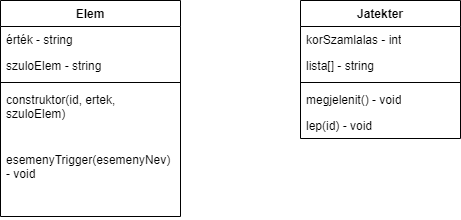
Earlier version of the draw.io export UML.png (richterbalazs/Tic_Tac_Toe_OOP). Source tidied: cells renumbered, new cells last; positions are measured from the earlier drawing's top-left corner, leaving out a move shared by most shapes. The source it was exported from:
```xml
<mxGraphModel>
  <root>
    <mxCell id="0" />
    <mxCell id="1" parent="0" />
    <mxCell id="2" value="Elem" style="swimlane;fontStyle=1;align=center;verticalAlign=top;horizontal=1;startSize=26;whiteSpace=wrap;html=1;" parent="1" vertex="1">
      <mxGeometry width="180" height="216" as="geometry" />
    </mxCell>
    <mxCell id="3" value="érték - string" style="text;strokeColor=none;fillColor=none;align=left;verticalAlign=top;spacingLeft=4;spacingRight=4;overflow=hidden;whiteSpace=wrap;html=1;" parent="2" vertex="1">
      <mxGeometry y="26" width="180" height="26" as="geometry" />
    </mxCell>
    <mxCell id="4" value="szuloElem - string" style="text;strokeColor=none;fillColor=none;align=left;verticalAlign=top;spacingLeft=4;spacingRight=4;overflow=hidden;whiteSpace=wrap;html=1;" parent="2" vertex="1">
      <mxGeometry y="52" width="180" height="26" as="geometry" />
    </mxCell>
    <mxCell id="5" style="line;strokeWidth=1;fillColor=none;align=left;verticalAlign=middle;spacingTop=-1;spacingLeft=3;spacingRight=3;labelPosition=right;strokeColor=inherit;" parent="2" vertex="1">
      <mxGeometry y="78" width="180" height="8" as="geometry" />
    </mxCell>
    <mxCell id="6" value="construktor(id, ertek, szuloElem)" style="text;strokeColor=none;fillColor=none;align=left;verticalAlign=top;spacingLeft=4;spacingRight=4;overflow=hidden;whiteSpace=wrap;html=1;" parent="2" vertex="1">
      <mxGeometry y="86" width="180" height="60" as="geometry" />
    </mxCell>
    <mxCell id="7" value="esemenyTrigger(esemenyNev) - void" style="text;strokeColor=none;fillColor=none;align=left;verticalAlign=top;spacingLeft=4;spacingRight=4;overflow=hidden;whiteSpace=wrap;html=1;" parent="2" vertex="1">
      <mxGeometry y="146" width="180" height="70" as="geometry" />
    </mxCell>
    <mxCell id="8" value="Jatekter" style="swimlane;fontStyle=1;align=center;verticalAlign=top;horizontal=1;startSize=26;whiteSpace=wrap;html=1;" parent="1" vertex="1">
      <mxGeometry x="300" width="160" height="138" as="geometry" />
    </mxCell>
    <mxCell id="9" value="korSzamlalas - int" style="text;strokeColor=none;fillColor=none;align=left;verticalAlign=top;spacingLeft=4;spacingRight=4;overflow=hidden;whiteSpace=wrap;html=1;" parent="8" vertex="1">
      <mxGeometry y="26" width="160" height="26" as="geometry" />
    </mxCell>
    <mxCell id="10" value="lista[] - string" style="text;strokeColor=none;fillColor=none;align=left;verticalAlign=top;spacingLeft=4;spacingRight=4;overflow=hidden;whiteSpace=wrap;html=1;" parent="8" vertex="1">
      <mxGeometry y="52" width="160" height="26" as="geometry" />
    </mxCell>
    <mxCell id="11" style="line;strokeWidth=1;fillColor=none;align=left;verticalAlign=middle;spacingTop=-1;spacingLeft=3;spacingRight=3;labelPosition=right;strokeColor=inherit;" parent="8" vertex="1">
      <mxGeometry y="78" width="160" height="8" as="geometry" />
    </mxCell>
    <mxCell id="12" value="megjelenit() - void&lt;div&gt;&lt;span style=&quot;color: rgba(0, 0, 0, 0); font-family: monospace; font-size: 0px; text-wrap: nowrap;&quot;&gt;%3CmxGraphModel%3E%3Croot%3E%3CmxCell%20id%3D%220%22%2F%3E%3CmxCell%20id%3D%221%22%20parent%3D%220%22%2F%3E%3CmxCell%20id%3D%222%22%20value%3D%22%2B%20field%3A%20type%22%20style%3D%22text%3BstrokeColor%3Dnone%3BfillColor%3Dnone%3Balign%3Dleft%3BverticalAlign%3Dtop%3BspacingLeft%3D4%3BspacingRight%3D4%3Boverflow%3Dhidden%3Brotatable%3D0%3Bpoints%3D%5B%5B0%2C0.5%5D%2C%5B1%2C0.5%5D%5D%3BportConstraint%3Deastwest%3BwhiteSpace%3Dwrap%3Bhtml%3D1%3B%22%20vertex%3D%221%22%20parent%3D%221%22%3E%3CmxGeometry%20x%3D%22150%22%20y%3D%2276%22%20width%3D%22160%22%20height%3D%2226%22%20as%3D%22geometry%22%2F%3E%3C%2FmxCell%3E%3C%2Froot%3E%3C%2FmxGraphModel%3E&lt;/span&gt;&lt;br&gt;&lt;/div&gt;" style="text;strokeColor=none;fillColor=none;align=left;verticalAlign=top;spacingLeft=4;spacingRight=4;overflow=hidden;whiteSpace=wrap;html=1;" parent="8" vertex="1">
      <mxGeometry y="86" width="160" height="26" as="geometry" />
    </mxCell>
    <mxCell id="13" value="lep(id) - void" style="text;strokeColor=none;fillColor=none;align=left;verticalAlign=top;spacingLeft=4;spacingRight=4;overflow=hidden;whiteSpace=wrap;html=1;" parent="8" vertex="1">
      <mxGeometry y="112" width="160" height="26" as="geometry" />
    </mxCell>
  </root>
</mxGraphModel>
```
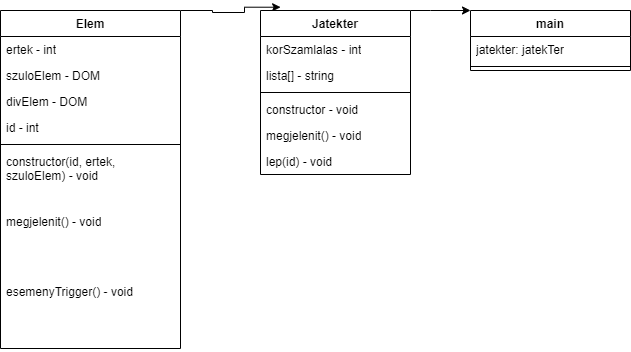
Above is the later version.

Change to the diagram source:
```diff
@@ -2,41 +2,80 @@
   <root>
     <mxCell id="0" />
     <mxCell id="1" parent="0" />
+    <mxCell id="14" style="edgeStyle=orthogonalEdgeStyle;rounded=0;jettySize=auto;html=1;exitX=1;exitY=0;exitDx=0;exitDy=0;entryX=0.134;entryY=-0.02;entryDx=0;entryDy=0;entryPerimeter=0;" parent="1" edge="1" source="2" target="8">
+      <mxGeometry relative="1" as="geometry">
+        <Array as="points">
+          <mxPoint x="212" />
+          <mxPoint x="212" y="2" />
+          <mxPoint x="244" y="2" />
+          <mxPoint x="244" y="-3" />
+        </Array>
+      </mxGeometry>
+    </mxCell>
     <mxCell id="2" value="Elem" style="swimlane;fontStyle=1;align=center;verticalAlign=top;horizontal=1;startSize=26;whiteSpace=wrap;html=1;" parent="1" vertex="1">
-      <mxGeometry width="180" height="216" as="geometry" />
+      <mxGeometry width="180" height="338" as="geometry" />
     </mxCell>
-    <mxCell id="3" value="érték - string" style="text;strokeColor=none;fillColor=none;align=left;verticalAlign=top;spacingLeft=4;spacingRight=4;overflow=hidden;whiteSpace=wrap;html=1;" parent="2" vertex="1">
+    <mxCell id="3" value="ertek - int" style="text;strokeColor=none;fillColor=none;align=left;verticalAlign=top;spacingLeft=4;spacingRight=4;overflow=hidden;whiteSpace=wrap;html=1;" parent="2" vertex="1">
       <mxGeometry y="26" width="180" height="26" as="geometry" />
     </mxCell>
-    <mxCell id="4" value="szuloElem - string" style="text;strokeColor=none;fillColor=none;align=left;verticalAlign=top;spacingLeft=4;spacingRight=4;overflow=hidden;whiteSpace=wrap;html=1;" parent="2" vertex="1">
+    <mxCell id="4" value="szuloElem - DOM" style="text;strokeColor=none;fillColor=none;align=left;verticalAlign=top;spacingLeft=4;spacingRight=4;overflow=hidden;whiteSpace=wrap;html=1;" parent="2" vertex="1">
       <mxGeometry y="52" width="180" height="26" as="geometry" />
     </mxCell>
+    <mxCell id="15" value="divElem - DOM&lt;div&gt;&lt;br&gt;&lt;/div&gt;" style="text;strokeColor=none;fillColor=none;align=left;verticalAlign=top;spacingLeft=4;spacingRight=4;overflow=hidden;whiteSpace=wrap;html=1;" parent="2" vertex="1">
+      <mxGeometry y="78" width="180" height="26" as="geometry" />
+    </mxCell>
+    <mxCell id="16" value="id - int" style="text;strokeColor=none;fillColor=none;align=left;verticalAlign=top;spacingLeft=4;spacingRight=4;overflow=hidden;whiteSpace=wrap;html=1;" parent="2" vertex="1">
+      <mxGeometry y="104" width="180" height="26" as="geometry" />
+    </mxCell>
     <mxCell id="5" style="line;strokeWidth=1;fillColor=none;align=left;verticalAlign=middle;spacingTop=-1;spacingLeft=3;spacingRight=3;labelPosition=right;strokeColor=inherit;" parent="2" vertex="1">
-      <mxGeometry y="78" width="180" height="8" as="geometry" />
+      <mxGeometry y="130" width="180" height="8" as="geometry" />
     </mxCell>
-    <mxCell id="6" value="construktor(id, ertek, szuloElem)" style="text;strokeColor=none;fillColor=none;align=left;verticalAlign=top;spacingLeft=4;spacingRight=4;overflow=hidden;whiteSpace=wrap;html=1;" parent="2" vertex="1">
-      <mxGeometry y="86" width="180" height="60" as="geometry" />
+    <mxCell id="6" value="constructor(id, ertek, szuloElem) - void" style="text;strokeColor=none;fillColor=none;align=left;verticalAlign=top;spacingLeft=4;spacingRight=4;overflow=hidden;whiteSpace=wrap;html=1;" parent="2" vertex="1">
+      <mxGeometry y="138" width="180" height="60" as="geometry" />
     </mxCell>
-    <mxCell id="7" value="esemenyTrigger(esemenyNev) - void" style="text;strokeColor=none;fillColor=none;align=left;verticalAlign=top;spacingLeft=4;spacingRight=4;overflow=hidden;whiteSpace=wrap;html=1;" parent="2" vertex="1">
-      <mxGeometry y="146" width="180" height="70" as="geometry" />
+    <mxCell id="7" value="megjelenit() - void" style="text;strokeColor=none;fillColor=none;align=left;verticalAlign=top;spacingLeft=4;spacingRight=4;overflow=hidden;whiteSpace=wrap;html=1;" parent="2" vertex="1">
+      <mxGeometry y="198" width="180" height="70" as="geometry" />
     </mxCell>
+    <mxCell id="17" value="esemenyTrigger() - void" style="text;strokeColor=none;fillColor=none;align=left;verticalAlign=top;spacingLeft=4;spacingRight=4;overflow=hidden;whiteSpace=wrap;html=1;" parent="2" vertex="1">
+      <mxGeometry y="268" width="180" height="70" as="geometry" />
+    </mxCell>
+    <mxCell id="18" style="edgeStyle=orthogonalEdgeStyle;rounded=0;jettySize=auto;html=1;exitX=1;exitY=0;exitDx=0;exitDy=0;entryX=0;entryY=0;entryDx=0;entryDy=0;" parent="1" edge="1" source="8" target="20">
+      <mxGeometry relative="1" as="geometry">
+        <Array as="points">
+          <mxPoint x="430" />
+          <mxPoint x="430" />
+        </Array>
+      </mxGeometry>
+    </mxCell>
     <mxCell id="8" value="Jatekter" style="swimlane;fontStyle=1;align=center;verticalAlign=top;horizontal=1;startSize=26;whiteSpace=wrap;html=1;" parent="1" vertex="1">
-      <mxGeometry x="300" width="160" height="138" as="geometry" />
+      <mxGeometry x="260" width="150" height="164" as="geometry" />
     </mxCell>
     <mxCell id="9" value="korSzamlalas - int" style="text;strokeColor=none;fillColor=none;align=left;verticalAlign=top;spacingLeft=4;spacingRight=4;overflow=hidden;whiteSpace=wrap;html=1;" parent="8" vertex="1">
-      <mxGeometry y="26" width="160" height="26" as="geometry" />
+      <mxGeometry y="26" width="150" height="26" as="geometry" />
     </mxCell>
     <mxCell id="10" value="lista[] - string" style="text;strokeColor=none;fillColor=none;align=left;verticalAlign=top;spacingLeft=4;spacingRight=4;overflow=hidden;whiteSpace=wrap;html=1;" parent="8" vertex="1">
-      <mxGeometry y="52" width="160" height="26" as="geometry" />
+      <mxGeometry y="52" width="150" height="26" as="geometry" />
     </mxCell>
     <mxCell id="11" style="line;strokeWidth=1;fillColor=none;align=left;verticalAlign=middle;spacingTop=-1;spacingLeft=3;spacingRight=3;labelPosition=right;strokeColor=inherit;" parent="8" vertex="1">
-      <mxGeometry y="78" width="160" height="8" as="geometry" />
+      <mxGeometry y="78" width="150" height="8" as="geometry" />
     </mxCell>
+    <mxCell id="19" value="constructor - void" style="text;strokeColor=none;fillColor=none;align=left;verticalAlign=top;spacingLeft=4;spacingRight=4;overflow=hidden;whiteSpace=wrap;html=1;" parent="8" vertex="1">
+      <mxGeometry y="86" width="150" height="26" as="geometry" />
+    </mxCell>
     <mxCell id="12" value="megjelenit() - void&lt;div&gt;&lt;span style=&quot;color: rgba(0, 0, 0, 0); font-family: monospace; font-size: 0px; text-wrap: nowrap;&quot;&gt;%3CmxGraphModel%3E%3Croot%3E%3CmxCell%20id%3D%220%22%2F%3E%3CmxCell%20id%3D%221%22%20parent%3D%220%22%2F%3E%3CmxCell%20id%3D%222%22%20value%3D%22%2B%20field%3A%20type%22%20style%3D%22text%3BstrokeColor%3Dnone%3BfillColor%3Dnone%3Balign%3Dleft%3BverticalAlign%3Dtop%3BspacingLeft%3D4%3BspacingRight%3D4%3Boverflow%3Dhidden%3Brotatable%3D0%3Bpoints%3D%5B%5B0%2C0.5%5D%2C%5B1%2C0.5%5D%5D%3BportConstraint%3Deastwest%3BwhiteSpace%3Dwrap%3Bhtml%3D1%3B%22%20vertex%3D%221%22%20parent%3D%221%22%3E%3CmxGeometry%20x%3D%22150%22%20y%3D%2276%22%20width%3D%22160%22%20height%3D%2226%22%20as%3D%22geometry%22%2F%3E%3C%2FmxCell%3E%3C%2Froot%3E%3C%2FmxGraphModel%3E&lt;/span&gt;&lt;br&gt;&lt;/div&gt;" style="text;strokeColor=none;fillColor=none;align=left;verticalAlign=top;spacingLeft=4;spacingRight=4;overflow=hidden;whiteSpace=wrap;html=1;" parent="8" vertex="1">
-      <mxGeometry y="86" width="160" height="26" as="geometry" />
+      <mxGeometry y="112" width="150" height="26" as="geometry" />
     </mxCell>
     <mxCell id="13" value="lep(id) - void" style="text;strokeColor=none;fillColor=none;align=left;verticalAlign=top;spacingLeft=4;spacingRight=4;overflow=hidden;whiteSpace=wrap;html=1;" parent="8" vertex="1">
-      <mxGeometry y="112" width="160" height="26" as="geometry" />
+      <mxGeometry y="138" width="150" height="26" as="geometry" />
     </mxCell>
+    <mxCell id="20" value="main" style="swimlane;fontStyle=1;align=center;verticalAlign=top;horizontal=1;startSize=26;whiteSpace=wrap;html=1;" parent="1" vertex="1">
+      <mxGeometry x="470" width="160" height="60" as="geometry" />
+    </mxCell>
+    <mxCell id="21" value="jatekter: jatekTer" style="text;strokeColor=none;fillColor=none;align=left;verticalAlign=top;spacingLeft=4;spacingRight=4;overflow=hidden;whiteSpace=wrap;html=1;" parent="20" vertex="1">
+      <mxGeometry y="26" width="160" height="26" as="geometry" />
+    </mxCell>
+    <mxCell id="22" style="line;strokeWidth=1;fillColor=none;align=left;verticalAlign=middle;spacingTop=-1;spacingLeft=3;spacingRight=3;labelPosition=right;strokeColor=inherit;" parent="20" vertex="1">
+      <mxGeometry y="52" width="160" height="8" as="geometry" />
+    </mxCell>
   </root>
 </mxGraphModel>
```
